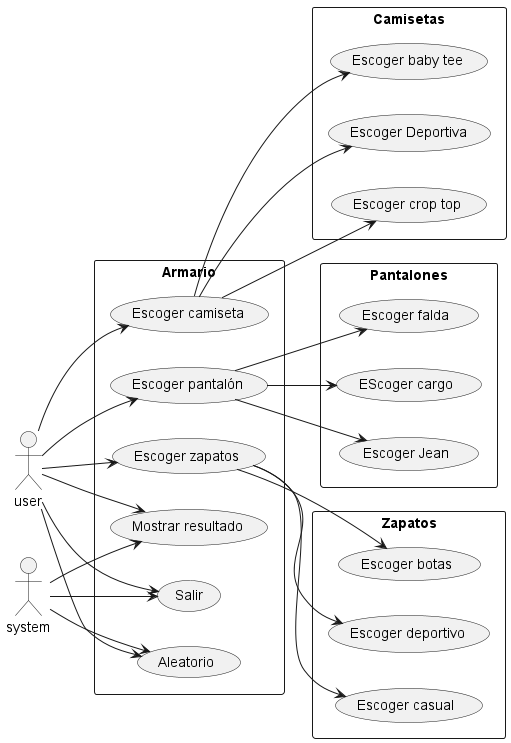
The PlantUML diagram out/diagramaCasosDeUso/diagramaCasosDeUso.png in lauraax/programaDiagnostico, before a commit.
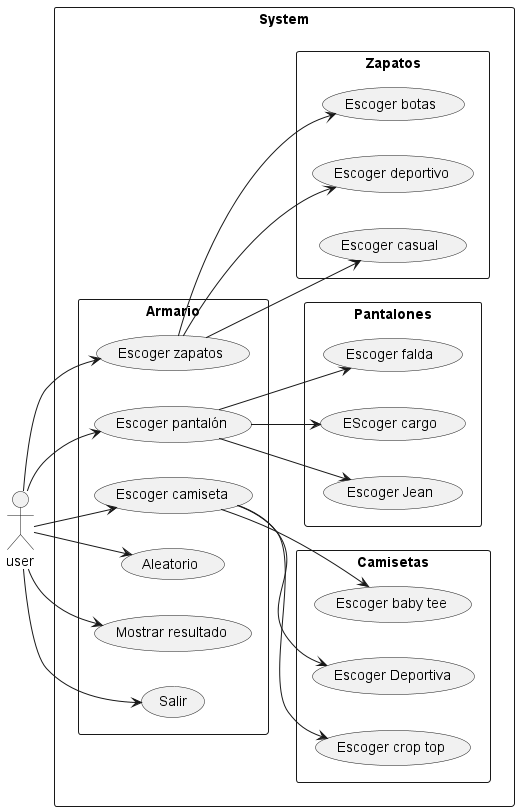
After the commit.

What changed in the source:
```diff
@@ -2,9 +2,10 @@
 
 left to right direction
 actor user as us
-actor system as sys
 
-rectangle Armario {
+rectangle System {
+
+rectangle Armario{
     usecase "Escoger camiseta" as UC1
     usecase "Escoger pantalón" as UC2
     usecase "Escoger zapatos" as UC3
@@ -13,7 +14,6 @@
     usecase "Salir" as UC6
 
 }
-
 
 rectangle Camisetas{
     usecase "Escoger baby tee" as UC1.1
@@ -31,6 +31,8 @@
     usecase "Escoger botas" as UC3.1
     usecase "Escoger deportivo" as UC3.2
     usecase "Escoger casual" as UC3.3
+}
+
 }
 
 us --> UC1
@@ -52,7 +54,4 @@
 UC3 --> UC3.2
 UC3 --> UC3.3
 
-sys --> UC4
-sys --> UC5
-sys --> UC6
 @enduml
```
